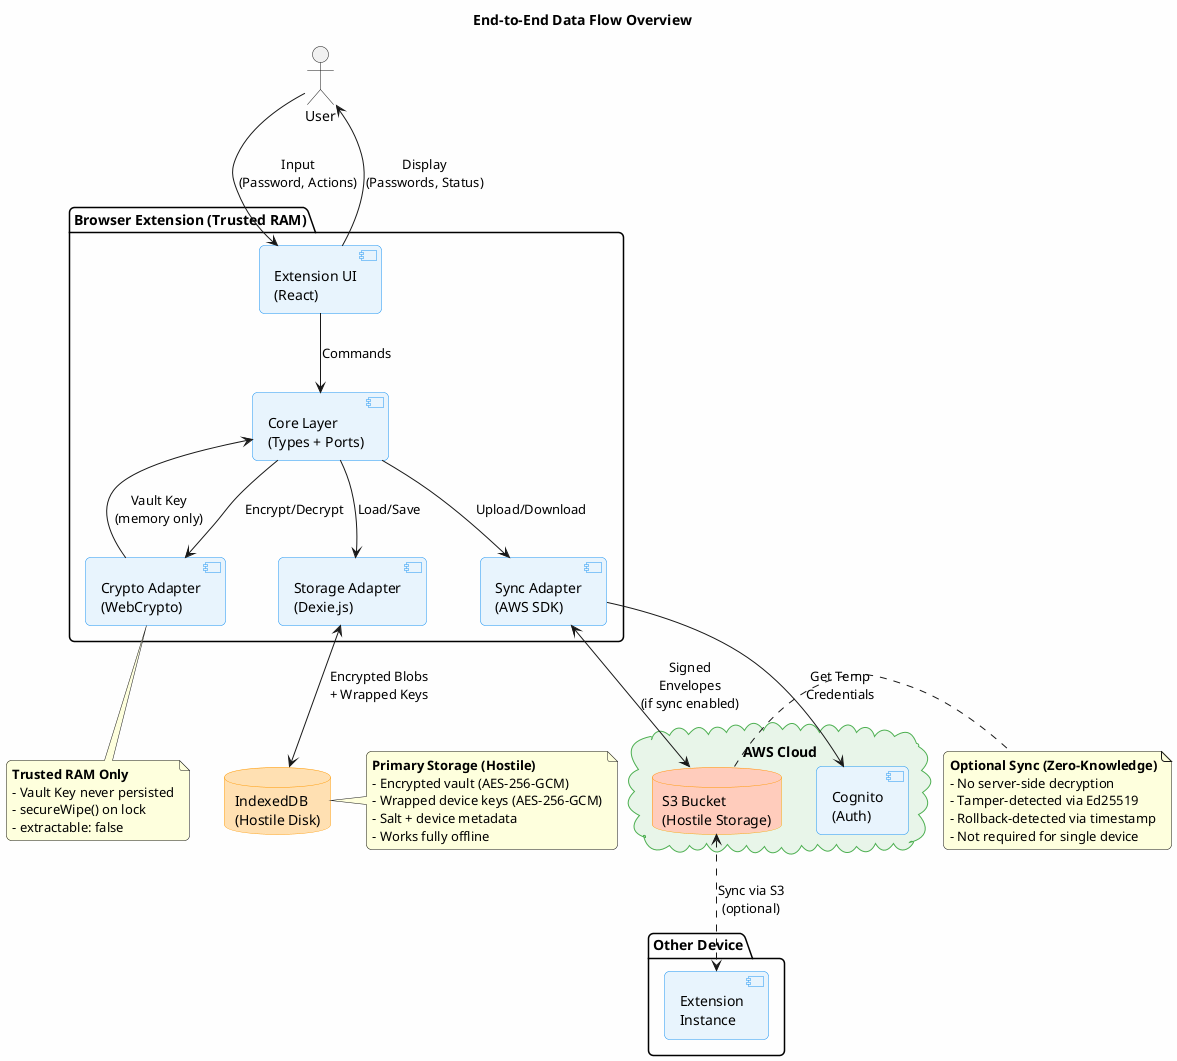
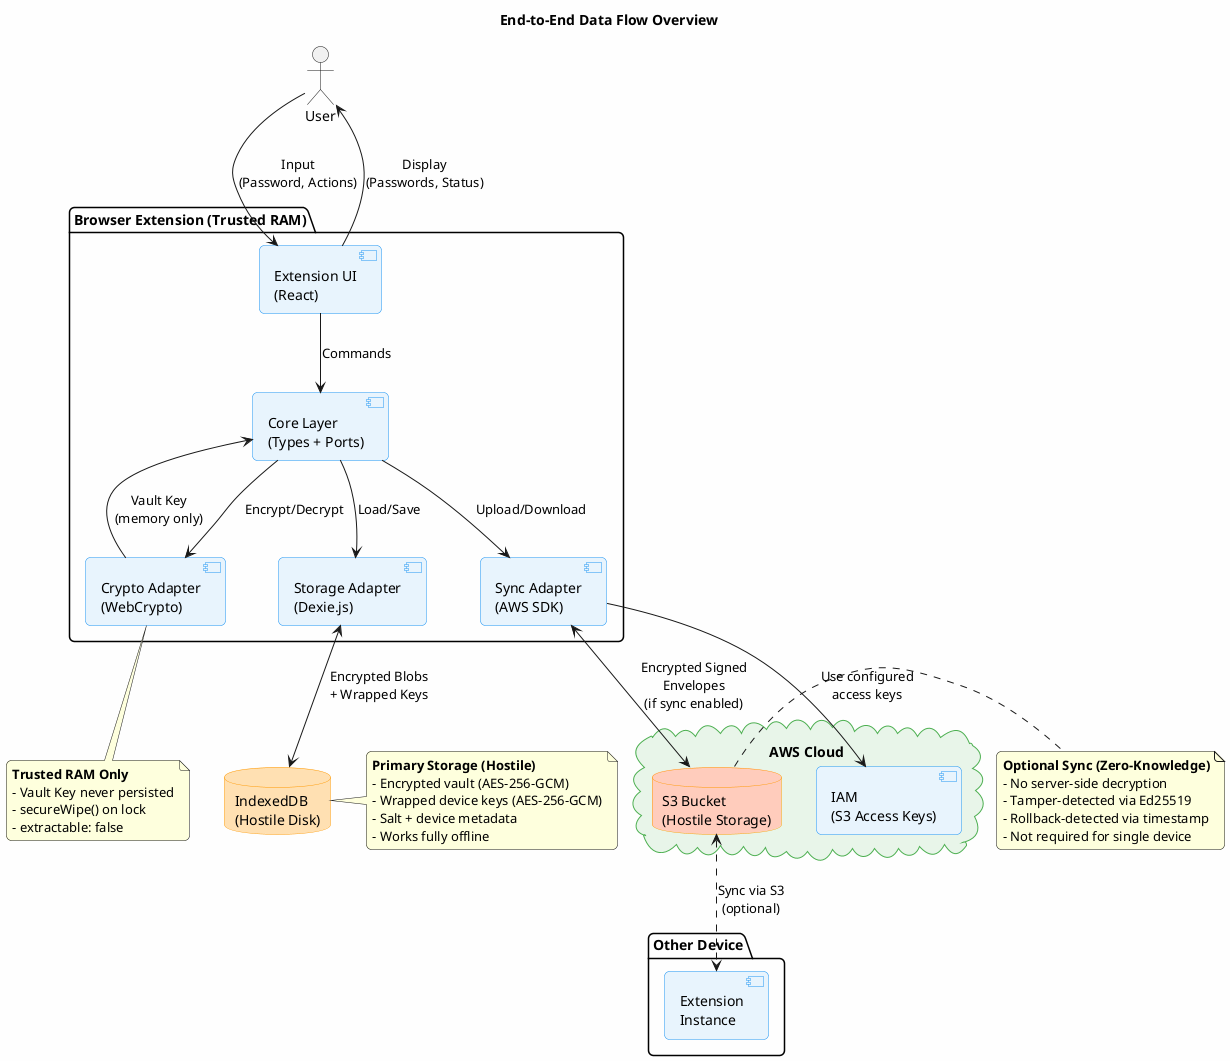
@startuml 00-architecture-overview
title End-to-End Data Flow Overview

skinparam backgroundColor #FEFEFE
skinparam roundcorner 10
skinparam shadowing false

skinparam component {
    BackgroundColor #E8F4FD
    BorderColor #2196F3
}

skinparam database {
    BackgroundColor #FFF3E0
    BorderColor #FF9800
}

skinparam cloud {
    BackgroundColor #E8F5E9
    BorderColor #4CAF50
}

' Actors
actor "User" as user

' Local Components
package "Browser Extension (Trusted RAM)" {
    component "Extension UI\n(React)" as ui
    component "Core Layer\n(Types + Ports)" as core
    component "Crypto Adapter\n(WebCrypto)" as crypto
    component "Storage Adapter\n(Dexie.js)" as storage
    component "Sync Adapter\n(AWS SDK)" as sync
}

' Local Storage (Hostile)
database "IndexedDB\n(Hostile Disk)" as idb #FFE0B2

' Remote Storage (Hostile)
cloud "AWS Cloud" {
    database "S3 Bucket\n(Hostile Storage)" as s3 #FFCCBC
-     component "Cognito\n(Auth)" as cognito
+     component "IAM\n(S3 Access Keys)" as iam
}

' Other Device
package "Other Device" as other {
    component "Extension\nInstance" as otherExt
}

' User interactions
user --> ui : Input\n(Password, Actions)
ui --> user : Display\n(Passwords, Status)

' Internal flow
ui --> core : Commands
core --> crypto : Encrypt/Decrypt
core --> storage : Load/Save
core --> sync : Upload/Download

' Crypto operations
crypto --> core : Vault Key\n(memory only)

' Storage flow
storage <--> idb : Encrypted Blobs\n+ Wrapped Keys

' Sync flow (optional)
- sync --> cognito : Get Temp\nCredentials
- sync <--> s3 : Signed\nEnvelopes\n(if sync enabled)
+ sync --> iam : Use configured\naccess keys
+ sync <--> s3 : Encrypted Signed\nEnvelopes\n(if sync enabled)

' Cross-device sync (optional)
s3 <..> otherExt : Sync via S3\n(optional)

' Security boundaries
note right of idb
    **Primary Storage (Hostile)**
    - Encrypted vault (AES-256-GCM)
    - Wrapped device keys (AES-256-GCM)
    - Salt + device metadata
    - Works fully offline
end note

note right of s3
    **Optional Sync (Zero-Knowledge)**
    - No server-side decryption
    - Tamper-detected via Ed25519
    - Rollback-detected via timestamp
    - Not required for single device
end note

note bottom of crypto
    **Trusted RAM Only**
    - Vault Key never persisted
    - secureWipe() on lock
    - extractable: false
end note

@enduml
